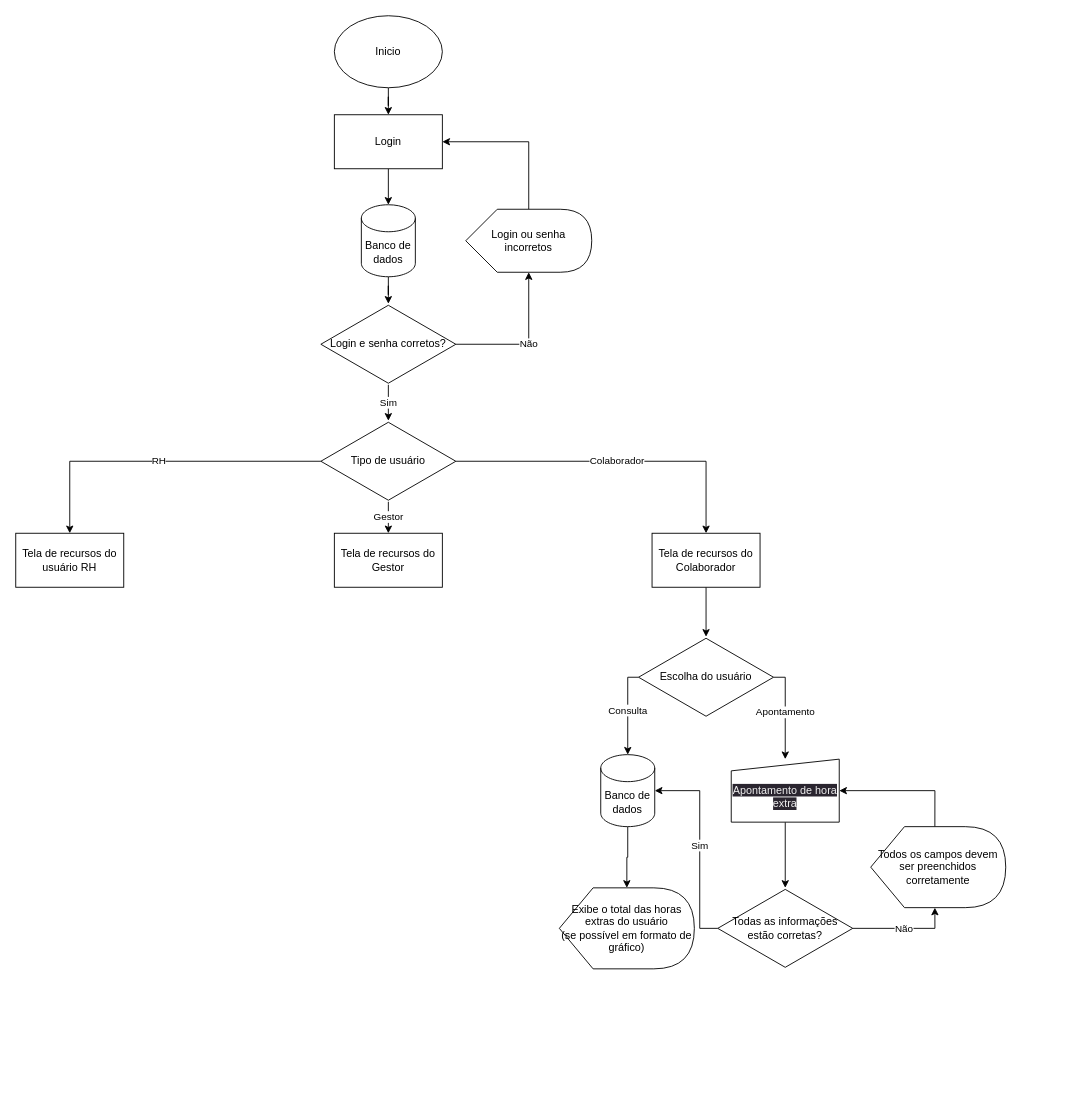
The draw.io diagram Diagrama sem nome.drawio in dragonfatec/projeto2023, before the edit. Source tidied: cells renumbered, new cells numbered last; positions are measured from the earlier drawing's top-left corner, leaving out a move shared by most shapes. Both pictures are drawn from the tidied source at 90%, with x=0, y=0 at pixel (15, 15).
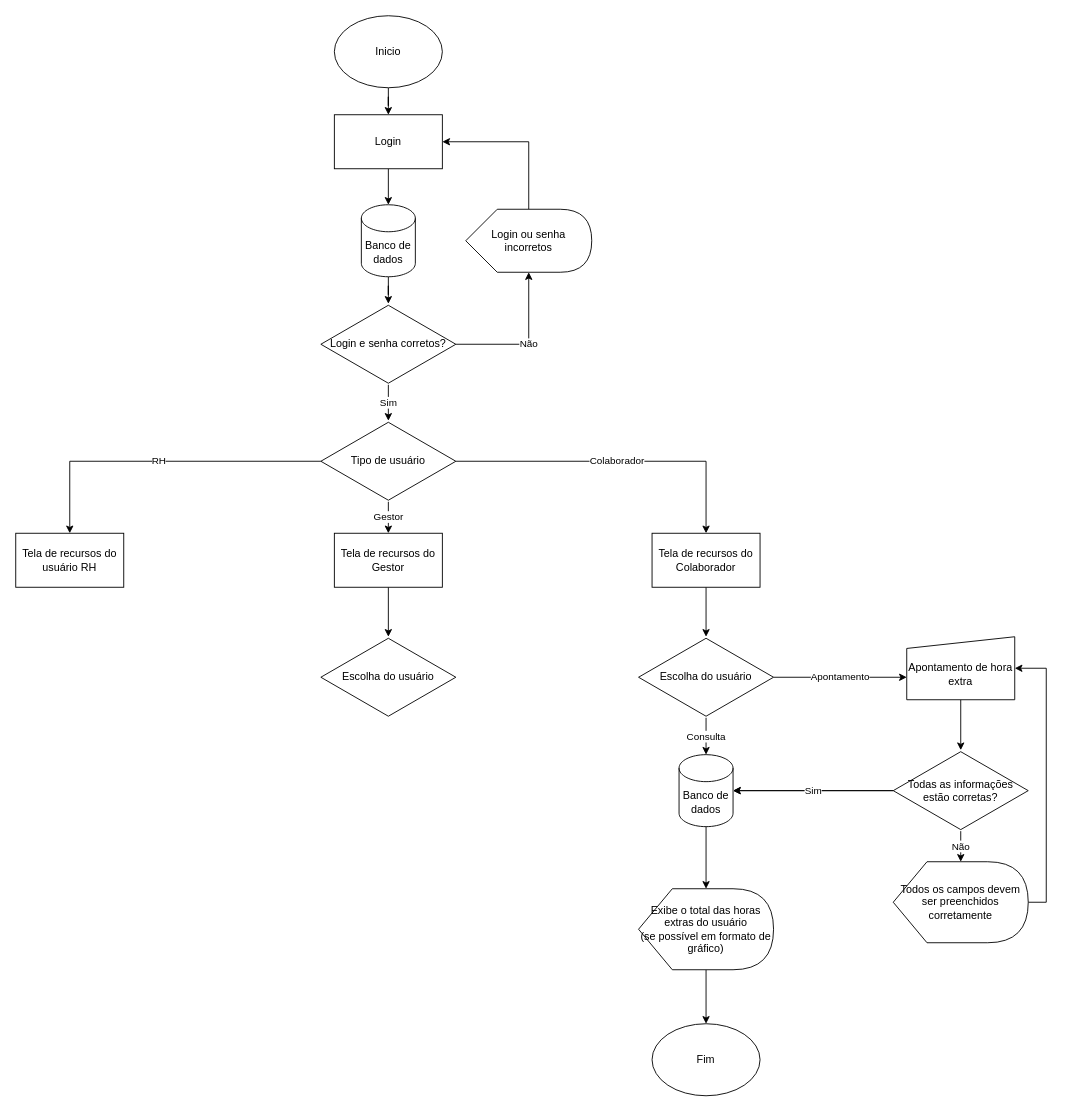
The same diagram, later.

Unchanged cells that the change refers to:
```xml
<mxCell id="18" value="Tela de recursos do Gestor" style="rounded=0;whiteSpace=wrap;html=1;" parent="1" vertex="1">
  <mxGeometry x="354" y="575" width="120" height="60" as="geometry" />
</mxCell>
<mxCell id="25" value="Escolha do usuário" style="html=1;whiteSpace=wrap;shape=isoRectangle;" parent="1" vertex="1">
  <mxGeometry x="692" y="690" width="150" height="90" as="geometry" />
</mxCell>
```

The edit, as a diff of the source:
```diff
@@
+    <mxCell id="34" style="edgeStyle=orthogonalEdgeStyle;rounded=0;jettySize=auto;html=1;" parent="1" edge="1" source="18" target="38">
+      <mxGeometry relative="1" as="geometry" />
+    </mxCell>
@@
-    <mxCell id="22" value="&lt;span style=&quot;color: rgb(240, 240, 240); font-family: Helvetica; font-size: 12px; font-style: normal; font-variant-ligatures: normal; font-variant-caps: normal; font-weight: 400; letter-spacing: normal; orphans: 2; text-align: center; text-indent: 0px; text-transform: none; widows: 2; word-spacing: 0px; -webkit-text-stroke-width: 0px; background-color: rgb(42, 37, 47); text-decoration-thickness: initial; text-decoration-style: initial; text-decoration-color: initial; float: none; display: inline !important;&quot;&gt;&lt;br&gt;Apontamento de hora extra&lt;/span&gt;" style="shape=manualInput;whiteSpace=wrap;html=1;size=13;" parent="1" vertex="1">
-      <mxGeometry x="795" y="826" width="120" height="70" as="geometry" />
+    <mxCell id="22" value="&lt;span style=&quot;font-family: Helvetica; font-size: 12px; font-style: normal; font-variant-ligatures: normal; font-variant-caps: normal; font-weight: 400; letter-spacing: normal; orphans: 2; text-align: center; text-indent: 0px; text-transform: none; widows: 2; word-spacing: 0px; -webkit-text-stroke-width: 0px; text-decoration-thickness: initial; text-decoration-style: initial; text-decoration-color: initial; float: none; display: inline !important;&quot;&gt;&lt;br&gt;Apontamento de hora extra&lt;/span&gt;" style="shape=manualInput;whiteSpace=wrap;html=1;size=13;" parent="1" vertex="1">
+      <mxGeometry x="990" y="690" width="120" height="70" as="geometry" />
     </mxCell>
-    <mxCell id="23" value="Apontamento" style="edgeStyle=orthogonalEdgeStyle;rounded=0;jettySize=auto;html=1;entryX=0.5;entryY=0;entryDx=0;entryDy=0;" parent="1" edge="1" source="25" target="22">
-      <mxGeometry relative="1" as="geometry">
-        <Array as="points">
-          <mxPoint x="855" y="735" />
-        </Array>
-      </mxGeometry>
+    <mxCell id="23" value="Apontamento" style="edgeStyle=orthogonalEdgeStyle;rounded=0;jettySize=auto;html=1;entryX=0;entryY=0.643;entryDx=0;entryDy=0;entryPerimeter=0;" parent="1" edge="1" source="25" target="22">
+      <mxGeometry relative="1" as="geometry" />
     </mxCell>
-    <mxCell id="24" value="Consulta" style="edgeStyle=orthogonalEdgeStyle;rounded=0;jettySize=auto;html=1;entryX=0.5;entryY=0;entryDx=0;entryDy=0;entryPerimeter=0;" parent="1" edge="1" source="25" target="27">
-      <mxGeometry relative="1" as="geometry">
-        <Array as="points">
-          <mxPoint x="680" y="735" />
-        </Array>
-      </mxGeometry>
+    <mxCell id="24" value="Consulta" style="edgeStyle=orthogonalEdgeStyle;rounded=0;jettySize=auto;html=1;" parent="1" edge="1" source="25" target="27">
+      <mxGeometry relative="1" as="geometry" />
     </mxCell>
@@
     <mxCell id="27" value="Banco de dados" style="shape=cylinder3;whiteSpace=wrap;html=1;boundedLbl=1;backgroundOutline=1;size=15;" parent="1" vertex="1">
-      <mxGeometry x="650" y="821" width="60" height="80" as="geometry" />
+      <mxGeometry x="737" y="821" width="60" height="80" as="geometry" />
     </mxCell>
+    <mxCell id="35" style="edgeStyle=orthogonalEdgeStyle;rounded=0;jettySize=auto;html=1;" parent="1" edge="1" source="28" target="37">
+      <mxGeometry relative="1" as="geometry" />
+    </mxCell>
     <mxCell id="28" value="Exibe o total das horas extras do usuário&lt;br&gt;(se possível em formato de gráfico)" style="shape=display;whiteSpace=wrap;html=1;" parent="1" vertex="1">
-      <mxGeometry x="604" y="969" width="150" height="90" as="geometry" />
+      <mxGeometry x="692" y="970" width="150" height="90" as="geometry" />
     </mxCell>
+    <mxCell id="36" style="edgeStyle=orthogonalEdgeStyle;rounded=0;jettySize=auto;html=1;" parent="1" edge="1" source="31" target="27">
+      <mxGeometry relative="1" as="geometry" />
+    </mxCell>
-    <mxCell id="29" value="Sim" style="edgeStyle=orthogonalEdgeStyle;rounded=0;jettySize=auto;html=1;entryX=1;entryY=0.5;entryDx=0;entryDy=0;entryPerimeter=0;" parent="1" edge="1" source="31" target="27">
-      <mxGeometry relative="1" as="geometry">
-        <Array as="points">
-          <mxPoint x="760" y="1014" />
-          <mxPoint x="760" y="861" />
-        </Array>
-      </mxGeometry>
+    <mxCell id="29" value="Sim" style="edgeStyle=orthogonalEdgeStyle;rounded=0;jettySize=auto;html=1;" parent="1" edge="1" source="31" target="27">
+      <mxGeometry relative="1" as="geometry" />
     </mxCell>
-    <mxCell id="30" value="Não" style="edgeStyle=orthogonalEdgeStyle;rounded=0;jettySize=auto;html=1;entryX=0;entryY=0;entryDx=71.25;entryDy=90;entryPerimeter=0;" parent="1" edge="1" source="31" target="33">
+    <mxCell id="30" value="Não" style="edgeStyle=orthogonalEdgeStyle;rounded=0;jettySize=auto;html=1;" parent="1" edge="1" source="31" target="33">
       <mxGeometry relative="1" as="geometry" />
     </mxCell>
     <mxCell id="31" value="Todas as informações estão corretas?" style="html=1;whiteSpace=wrap;shape=isoRectangle;" parent="1" vertex="1">
-      <mxGeometry x="780" y="969" width="150" height="90" as="geometry" />
+      <mxGeometry x="975" y="816" width="150" height="90" as="geometry" />
     </mxCell>
-    <mxCell id="32" style="edgeStyle=orthogonalEdgeStyle;rounded=0;jettySize=auto;html=1;entryX=1;entryY=0.5;entryDx=0;entryDy=0;exitX=0;exitY=0;exitDx=71.25;exitDy=0;exitPerimeter=0;" parent="1" edge="1" source="33" target="22">
+    <mxCell id="32" style="edgeStyle=orthogonalEdgeStyle;rounded=0;jettySize=auto;html=1;exitX=1;exitY=0.5;exitDx=0;exitDy=0;exitPerimeter=0;entryX=1;entryY=0.5;entryDx=0;entryDy=0;" parent="1" edge="1" source="33" target="22">
       <mxGeometry relative="1" as="geometry" />
     </mxCell>
     <mxCell id="33" value="Todos os campos devem ser preenchidos corretamente" style="shape=display;whiteSpace=wrap;html=1;" parent="1" vertex="1">
-      <mxGeometry x="950" y="901" width="150" height="90" as="geometry" />
+      <mxGeometry x="975" y="940" width="150" height="90" as="geometry" />
     </mxCell>
+    <mxCell id="37" value="Fim" style="ellipse;whiteSpace=wrap;html=1;" parent="1" vertex="1">
+      <mxGeometry x="707" y="1120" width="120" height="80" as="geometry" />
+    </mxCell>
+    <mxCell id="38" value="Escolha do usuário" style="html=1;whiteSpace=wrap;shape=isoRectangle;" parent="1" vertex="1">
+      <mxGeometry x="339" y="690" width="150" height="90" as="geometry" />
+    </mxCell>
```
